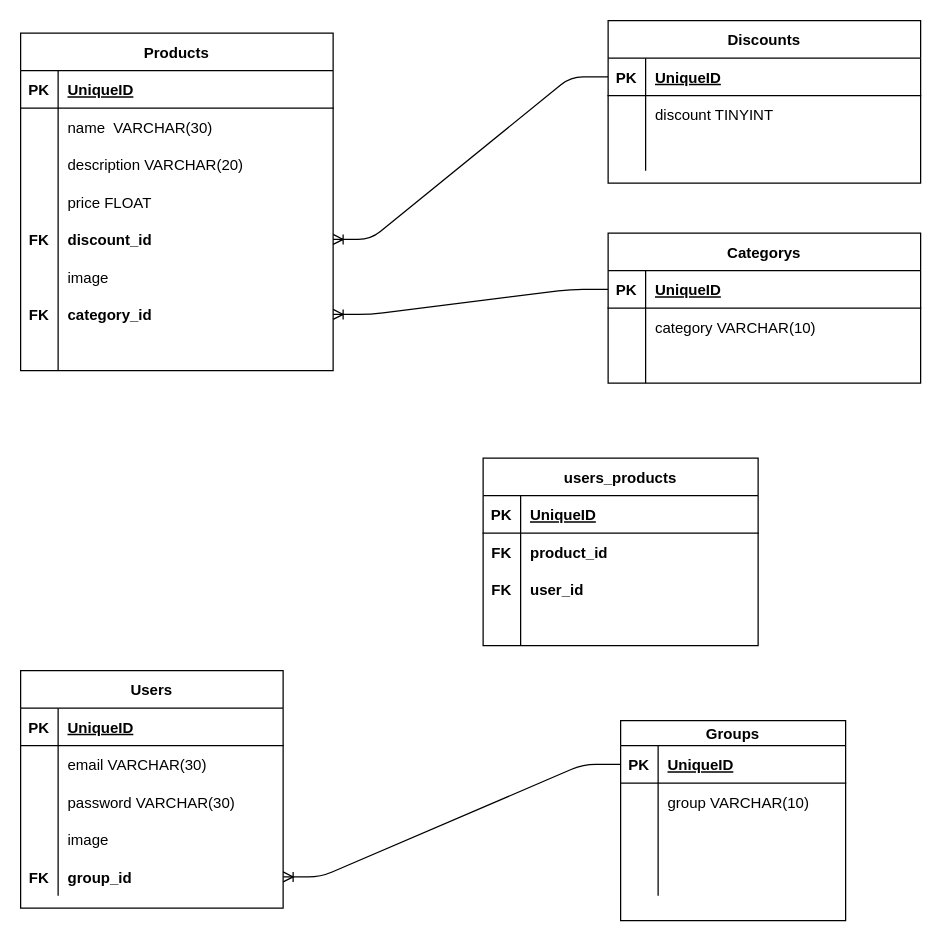
This is Diagrama_CMHMR.drawio from 0920CDFSNCN27ARED/grupo-06, a draw.io file, before an edit. Source tidied: cells renumbered, new cells numbered last; positions are measured from the earlier drawing's top-left corner, leaving out a move shared by most shapes. Both pictures are drawn from the tidied source at 125%, with x=0, y=0 at pixel (20, 20).
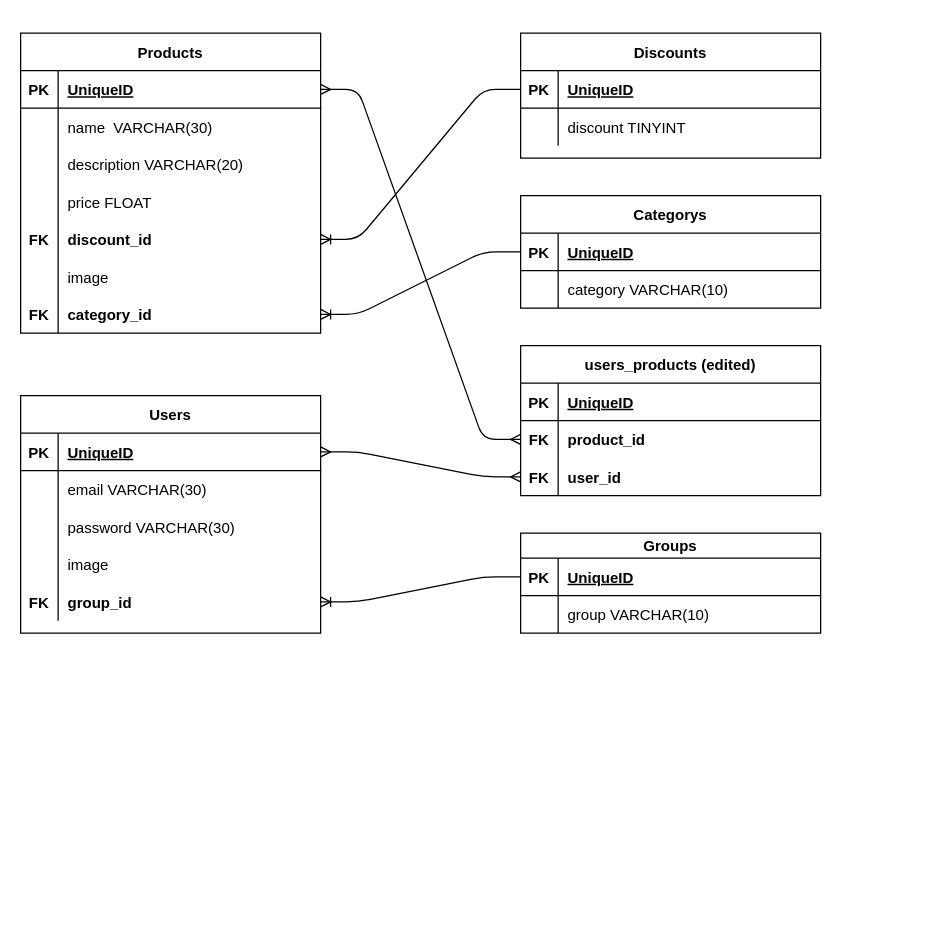
After the change.

Commit message (it also covers changes not shown here):
correción DER

Change to the diagram source:
```diff
@@
     <mxCell id="2" value="Discounts" style="shape=table;startSize=30;childLayout=tableLayout;rowLines=0;fontStyle=1;align=center;" parent="1" vertex="1">
-      <mxGeometry x="470" width="250" height="130" as="geometry" />
+      <mxGeometry x="400" y="10" width="240" height="100" as="geometry" />
     </mxCell>
     <mxCell id="3" style="shape=partialRectangle;fillColor=none;points=[[0,0.5],[1,0.5]];portConstraint=eastwest;top=0;left=0;right=0;bottom=1;" parent="2" vertex="1">
-      <mxGeometry y="30" width="250" height="30" as="geometry" />
+      <mxGeometry y="30" width="240" height="30" as="geometry" />
     </mxCell>
@@
     <mxCell id="5" value="UniqueID" style="shape=partialRectangle;overflow=hidden;fillColor=none;top=0;left=0;bottom=0;right=0;align=left;spacingLeft=6;fontStyle=5;" parent="3" vertex="1">
-      <mxGeometry x="30" width="220" height="30" as="geometry" />
+      <mxGeometry x="30" width="210" height="30" as="geometry" />
     </mxCell>
     <mxCell id="6" style="shape=partialRectangle;fillColor=none;top=0;left=0;right=0;bottom=0;" parent="2" vertex="1">
-      <mxGeometry y="60" width="250" height="30" as="geometry" />
+      <mxGeometry y="60" width="240" height="30" as="geometry" />
     </mxCell>
@@
     <mxCell id="8" value="discount TINYINT" style="shape=partialRectangle;overflow=hidden;fillColor=none;top=0;left=0;bottom=0;right=0;align=left;spacingLeft=6;" parent="6" vertex="1">
-      <mxGeometry x="30" width="220" height="30" as="geometry" />
+      <mxGeometry x="30" width="210" height="30" as="geometry" />
     </mxCell>
-    <mxCell id="9" style="shape=partialRectangle;fillColor=none;top=0;left=0;right=0;bottom=0;" parent="2" vertex="1">
-      <mxGeometry y="90" width="250" height="30" as="geometry" />
-    </mxCell>
-    <mxCell id="10" style="shape=partialRectangle;overflow=hidden;fillColor=none;top=0;left=0;bottom=0;right=0;" parent="9" vertex="1">
-      <mxGeometry width="30" height="30" as="geometry" />
-    </mxCell>
-    <mxCell id="11" style="shape=partialRectangle;overflow=hidden;fillColor=none;top=0;left=0;bottom=0;right=0;align=left;spacingLeft=6;" parent="9" vertex="1">
-      <mxGeometry x="30" width="220" height="30" as="geometry" />
-    </mxCell>
     <mxCell id="12" value="Categorys" style="shape=table;startSize=30;childLayout=tableLayout;rowLines=0;fontStyle=1;align=center;" parent="1" vertex="1">
-      <mxGeometry x="470" y="170" width="250" height="120" as="geometry" />
+      <mxGeometry x="400" y="140" width="240" height="90" as="geometry" />
     </mxCell>
     <mxCell id="13" style="shape=partialRectangle;fillColor=none;points=[[0,0.5],[1,0.5]];portConstraint=eastwest;top=0;left=0;right=0;bottom=1;" parent="12" vertex="1">
-      <mxGeometry y="30" width="250" height="30" as="geometry" />
+      <mxGeometry y="30" width="240" height="30" as="geometry" />
     </mxCell>
@@
     <mxCell id="15" value="UniqueID" style="shape=partialRectangle;overflow=hidden;fillColor=none;top=0;left=0;bottom=0;right=0;align=left;spacingLeft=6;fontStyle=5;" parent="13" vertex="1">
-      <mxGeometry x="30" width="220" height="30" as="geometry" />
+      <mxGeometry x="30" width="210" height="30" as="geometry" />
     </mxCell>
     <mxCell id="16" style="shape=partialRectangle;fillColor=none;top=0;left=0;right=0;bottom=0;" parent="12" vertex="1">
-      <mxGeometry y="60" width="250" height="30" as="geometry" />
+      <mxGeometry y="60" width="240" height="30" as="geometry" />
     </mxCell>
@@
     <mxCell id="18" value="category VARCHAR(10)" style="shape=partialRectangle;overflow=hidden;fillColor=none;top=0;left=0;bottom=0;right=0;align=left;spacingLeft=6;" parent="16" vertex="1">
-      <mxGeometry x="30" width="220" height="30" as="geometry" />
+      <mxGeometry x="30" width="210" height="30" as="geometry" />
     </mxCell>
-    <mxCell id="19" style="shape=partialRectangle;fillColor=none;top=0;left=0;right=0;bottom=0;" parent="12" vertex="1">
-      <mxGeometry y="90" width="250" height="30" as="geometry" />
-    </mxCell>
-    <mxCell id="20" style="shape=partialRectangle;overflow=hidden;fillColor=none;top=0;left=0;bottom=0;right=0;" parent="19" vertex="1">
-      <mxGeometry width="30" height="30" as="geometry" />
-    </mxCell>
-    <mxCell id="21" style="shape=partialRectangle;overflow=hidden;fillColor=none;top=0;left=0;bottom=0;right=0;align=left;spacingLeft=6;" parent="19" vertex="1">
-      <mxGeometry x="30" width="220" height="30" as="geometry" />
-    </mxCell>
     <mxCell id="22" value="Products" style="shape=table;startSize=30;childLayout=tableLayout;rowLines=0;fontStyle=1;align=center;" parent="1" vertex="1">
-      <mxGeometry y="10" width="250" height="270" as="geometry" />
+      <mxGeometry y="10" width="240" height="240" as="geometry" />
     </mxCell>
     <mxCell id="23" style="shape=partialRectangle;fillColor=none;points=[[0,0.5],[1,0.5]];portConstraint=eastwest;top=0;left=0;right=0;bottom=1;" parent="22" vertex="1">
-      <mxGeometry y="30" width="250" height="30" as="geometry" />
+      <mxGeometry y="30" width="240" height="30" as="geometry" />
     </mxCell>
@@
     <mxCell id="25" value="UniqueID" style="shape=partialRectangle;overflow=hidden;fillColor=none;top=0;left=0;bottom=0;right=0;align=left;spacingLeft=6;fontStyle=5;" parent="23" vertex="1">
-      <mxGeometry x="30" width="220" height="30" as="geometry" />
+      <mxGeometry x="30" width="210" height="30" as="geometry" />
     </mxCell>
     <mxCell id="26" style="shape=partialRectangle;fillColor=none;top=0;left=0;right=0;bottom=0;" parent="22" vertex="1">
-      <mxGeometry y="60" width="250" height="30" as="geometry" />
+      <mxGeometry y="60" width="240" height="30" as="geometry" />
     </mxCell>
@@
     <mxCell id="28" value="name  VARCHAR(30)" style="shape=partialRectangle;overflow=hidden;fillColor=none;top=0;left=0;bottom=0;right=0;align=left;spacingLeft=6;" parent="26" vertex="1">
-      <mxGeometry x="30" width="220" height="30" as="geometry" />
+      <mxGeometry x="30" width="210" height="30" as="geometry" />
     </mxCell>
     <mxCell id="29" style="shape=partialRectangle;fillColor=none;top=0;left=0;bottom=0;right=0;" parent="22" vertex="1">
-      <mxGeometry y="90" width="250" height="30" as="geometry" />
+      <mxGeometry y="90" width="240" height="30" as="geometry" />
     </mxCell>
@@
     <mxCell id="31" value="description VARCHAR(20)" style="shape=partialRectangle;fillColor=none;top=0;left=0;bottom=0;right=0;align=left;spacingLeft=6;overflow=hidden;" parent="29" vertex="1">
-      <mxGeometry x="30" width="220" height="30" as="geometry" />
+      <mxGeometry x="30" width="210" height="30" as="geometry" />
     </mxCell>
     <mxCell id="32" style="shape=partialRectangle;fillColor=none;top=0;left=0;bottom=0;right=0;" parent="22" vertex="1">
-      <mxGeometry y="120" width="250" height="30" as="geometry" />
+      <mxGeometry y="120" width="240" height="30" as="geometry" />
     </mxCell>
@@
     <mxCell id="34" value="price FLOAT" style="shape=partialRectangle;fillColor=none;top=0;left=0;bottom=0;right=0;align=left;spacingLeft=6;overflow=hidden;" parent="32" vertex="1">
-      <mxGeometry x="30" width="220" height="30" as="geometry" />
+      <mxGeometry x="30" width="210" height="30" as="geometry" />
     </mxCell>
     <mxCell id="35" style="shape=partialRectangle;fillColor=none;top=0;left=0;bottom=0;right=0;points=[[0,0.5],[1,0.5]];portConstraint=eastwest;" parent="22" vertex="1">
-      <mxGeometry y="150" width="250" height="30" as="geometry" />
+      <mxGeometry y="150" width="240" height="30" as="geometry" />
     </mxCell>
@@
     <mxCell id="37" value="discount_id" style="shape=partialRectangle;fillColor=none;top=0;left=0;bottom=0;right=0;align=left;spacingLeft=6;overflow=hidden;fontStyle=1;" parent="35" vertex="1">
-      <mxGeometry x="30" width="220" height="30" as="geometry" />
+      <mxGeometry x="30" width="210" height="30" as="geometry" />
     </mxCell>
     <mxCell id="38" style="shape=partialRectangle;fillColor=none;top=0;left=0;bottom=0;right=0;" parent="22" vertex="1">
-      <mxGeometry y="180" width="250" height="30" as="geometry" />
+      <mxGeometry y="180" width="240" height="30" as="geometry" />
     </mxCell>
@@
     <mxCell id="40" value="image" style="shape=partialRectangle;fillColor=none;top=0;left=0;bottom=0;right=0;align=left;spacingLeft=6;overflow=hidden;" parent="38" vertex="1">
-      <mxGeometry x="30" width="220" height="30" as="geometry" />
+      <mxGeometry x="30" width="210" height="30" as="geometry" />
     </mxCell>
     <mxCell id="41" style="shape=partialRectangle;fillColor=none;top=0;left=0;bottom=0;right=0;points=[[0,0.5],[1,0.5]];portConstraint=eastwest;" parent="22" vertex="1">
-      <mxGeometry y="210" width="250" height="30" as="geometry" />
+      <mxGeometry y="210" width="240" height="30" as="geometry" />
     </mxCell>
@@
     <mxCell id="43" value="category_id " style="shape=partialRectangle;fillColor=none;top=0;left=0;bottom=0;right=0;align=left;spacingLeft=6;overflow=hidden;fontStyle=1;" parent="41" vertex="1">
-      <mxGeometry x="30" width="220" height="30" as="geometry" />
+      <mxGeometry x="30" width="210" height="30" as="geometry" />
     </mxCell>
-    <mxCell id="44" style="shape=partialRectangle;fillColor=none;top=0;left=0;bottom=0;right=0;" parent="22" vertex="1">
-      <mxGeometry y="240" width="250" height="30" as="geometry" />
-    </mxCell>
-    <mxCell id="45" style="shape=partialRectangle;fillColor=none;top=0;left=0;bottom=0;right=0;overflow=hidden;fontStyle=1;" parent="44" vertex="1">
-      <mxGeometry width="30" height="30" as="geometry" />
-    </mxCell>
-    <mxCell id="46" style="shape=partialRectangle;fillColor=none;top=0;left=0;bottom=0;right=0;align=left;spacingLeft=6;overflow=hidden;fontStyle=1;" parent="44" vertex="1">
-      <mxGeometry x="30" width="220" height="30" as="geometry" />
-    </mxCell>
     <mxCell id="47" value="Users" style="shape=table;startSize=30;childLayout=tableLayout;rowLines=0;fontStyle=1;align=center;" parent="1" vertex="1">
-      <mxGeometry y="520" width="210" height="190" as="geometry" />
+      <mxGeometry y="300" width="240" height="190" as="geometry" />
     </mxCell>
     <mxCell id="48" style="shape=partialRectangle;fillColor=none;top=0;left=0;bottom=1;right=0;points=[[0,0.5],[1,0.5]];portConstraint=eastwest;" parent="47" vertex="1">
-      <mxGeometry y="30" width="210" height="30" as="geometry" />
+      <mxGeometry y="30" width="240" height="30" as="geometry" />
     </mxCell>
@@
     <mxCell id="50" value="UniqueID" style="shape=partialRectangle;fillColor=none;top=0;left=0;bottom=0;right=0;align=left;spacingLeft=6;fontStyle=5;overflow=hidden;" parent="48" vertex="1">
-      <mxGeometry x="30" width="180" height="30" as="geometry" />
+      <mxGeometry x="30" width="210" height="30" as="geometry" />
     </mxCell>
     <mxCell id="51" style="shape=partialRectangle;fillColor=none;top=0;left=0;bottom=0;right=0;" parent="47" vertex="1">
-      <mxGeometry y="60" width="210" height="30" as="geometry" />
+      <mxGeometry y="60" width="240" height="30" as="geometry" />
     </mxCell>
@@
     <mxCell id="53" value="email VARCHAR(30)" style="shape=partialRectangle;fillColor=none;top=0;left=0;bottom=0;right=0;align=left;spacingLeft=6;overflow=hidden;" parent="51" vertex="1">
-      <mxGeometry x="30" width="180" height="30" as="geometry" />
+      <mxGeometry x="30" width="210" height="30" as="geometry" />
     </mxCell>
     <mxCell id="54" style="shape=partialRectangle;fillColor=none;top=0;left=0;bottom=0;right=0;" parent="47" vertex="1">
-      <mxGeometry y="90" width="210" height="30" as="geometry" />
+      <mxGeometry y="90" width="240" height="30" as="geometry" />
     </mxCell>
@@
     <mxCell id="56" value="password VARCHAR(30)" style="shape=partialRectangle;fillColor=none;top=0;left=0;bottom=0;right=0;align=left;spacingLeft=6;overflow=hidden;" parent="54" vertex="1">
-      <mxGeometry x="30" width="180" height="30" as="geometry" />
+      <mxGeometry x="30" width="210" height="30" as="geometry" />
     </mxCell>
     <mxCell id="57" style="shape=partialRectangle;fillColor=none;top=0;left=0;bottom=0;right=0;" parent="47" vertex="1">
-      <mxGeometry y="120" width="210" height="30" as="geometry" />
+      <mxGeometry y="120" width="240" height="30" as="geometry" />
     </mxCell>
@@
     <mxCell id="59" value="image" style="shape=partialRectangle;fillColor=none;top=0;left=0;bottom=0;right=0;align=left;spacingLeft=6;overflow=hidden;" parent="57" vertex="1">
-      <mxGeometry x="30" width="180" height="30" as="geometry" />
+      <mxGeometry x="30" width="210" height="30" as="geometry" />
     </mxCell>
     <mxCell id="60" style="shape=partialRectangle;fillColor=none;top=0;left=0;bottom=0;right=0;points=[[0,0.5],[1,0.5]];portConstraint=eastwest;" parent="47" vertex="1">
-      <mxGeometry y="150" width="210" height="30" as="geometry" />
+      <mxGeometry y="150" width="240" height="30" as="geometry" />
     </mxCell>
@@
     <mxCell id="62" value="group_id" style="shape=partialRectangle;fillColor=none;top=0;left=0;bottom=0;right=0;align=left;spacingLeft=6;overflow=hidden;fontStyle=1;" parent="60" vertex="1">
-      <mxGeometry x="30" width="180" height="30" as="geometry" />
+      <mxGeometry x="30" width="210" height="30" as="geometry" />
     </mxCell>
     <mxCell id="63" value="Groups" style="shape=table;startSize=20;childLayout=tableLayout;rowLines=0;fontStyle=1;align=center;" parent="1" vertex="1">
-      <mxGeometry x="480" y="560" width="180" height="160" as="geometry" />
+      <mxGeometry x="400" y="410" width="240" height="80" as="geometry" />
     </mxCell>
     <mxCell id="64" style="shape=partialRectangle;fillColor=none;top=0;left=0;bottom=1;right=0;points=[[0,0.5],[1,0.5]];portConstraint=eastwest;" parent="63" vertex="1">
-      <mxGeometry y="20" width="180" height="30" as="geometry" />
+      <mxGeometry y="20" width="240" height="30" as="geometry" />
     </mxCell>
@@
     <mxCell id="66" value="UniqueID" style="shape=partialRectangle;fillColor=none;top=0;left=0;bottom=0;right=0;align=left;spacingLeft=6;fontStyle=5;overflow=hidden;" parent="64" vertex="1">
-      <mxGeometry x="30" width="150" height="30" as="geometry" />
+      <mxGeometry x="30" width="210" height="30" as="geometry" />
     </mxCell>
     <mxCell id="67" style="shape=partialRectangle;fillColor=none;top=0;left=0;bottom=0;right=0;" parent="63" vertex="1">
-      <mxGeometry y="50" width="180" height="30" as="geometry" />
+      <mxGeometry y="50" width="240" height="30" as="geometry" />
     </mxCell>
@@
     <mxCell id="69" value="group VARCHAR(10)" style="shape=partialRectangle;fillColor=none;top=0;left=0;bottom=0;right=0;align=left;spacingLeft=6;overflow=hidden;" parent="67" vertex="1">
-      <mxGeometry x="30" width="150" height="30" as="geometry" />
+      <mxGeometry x="30" width="210" height="30" as="geometry" />
     </mxCell>
-    <mxCell id="70" style="shape=partialRectangle;fillColor=none;top=0;left=0;bottom=0;right=0;" parent="63" vertex="1">
-      <mxGeometry y="80" width="180" height="30" as="geometry" />
-    </mxCell>
-    <mxCell id="71" style="shape=partialRectangle;fillColor=none;top=0;left=0;bottom=0;right=0;overflow=hidden;" parent="70" vertex="1">
-      <mxGeometry width="30" height="30" as="geometry" />
-    </mxCell>
-    <mxCell id="72" style="shape=partialRectangle;fillColor=none;top=0;left=0;bottom=0;right=0;align=left;spacingLeft=6;overflow=hidden;" parent="70" vertex="1">
-      <mxGeometry x="30" width="150" height="30" as="geometry" />
-    </mxCell>
-    <mxCell id="73" style="shape=partialRectangle;fillColor=none;top=0;left=0;bottom=0;right=0;" parent="63" vertex="1">
-      <mxGeometry y="110" width="180" height="30" as="geometry" />
-    </mxCell>
-    <mxCell id="74" style="shape=partialRectangle;fillColor=none;top=0;left=0;bottom=0;right=0;overflow=hidden;" parent="73" vertex="1">
-      <mxGeometry width="30" height="30" as="geometry" />
-    </mxCell>
-    <mxCell id="75" style="shape=partialRectangle;fillColor=none;top=0;left=0;bottom=0;right=0;align=left;spacingLeft=6;overflow=hidden;" parent="73" vertex="1">
-      <mxGeometry x="30" width="150" height="30" as="geometry" />
-    </mxCell>
-    <mxCell id="76" value="users_products" style="shape=table;startSize=30;childLayout=tableLayout;rowLines=0;fontStyle=1;align=center;" parent="1" vertex="1">
-      <mxGeometry x="370" y="350" width="220" height="150" as="geometry" />
+    <mxCell id="76" value="users_products (edited)" style="shape=table;startSize=30;childLayout=tableLayout;rowLines=0;fontStyle=1;align=center;" parent="1" vertex="1">
+      <mxGeometry x="400" y="260" width="240" height="120" as="geometry" />
     </mxCell>
     <mxCell id="77" style="shape=partialRectangle;fillColor=none;top=0;left=0;bottom=1;right=0;" parent="76" vertex="1">
-      <mxGeometry y="30" width="220" height="30" as="geometry" />
+      <mxGeometry y="30" width="240" height="30" as="geometry" />
     </mxCell>
@@
     <mxCell id="79" value="UniqueID" style="shape=partialRectangle;fillColor=none;top=0;left=0;bottom=0;right=0;align=left;spacingLeft=6;fontStyle=5;overflow=hidden;" parent="77" vertex="1">
-      <mxGeometry x="30" width="190" height="30" as="geometry" />
+      <mxGeometry x="30" width="210" height="30" as="geometry" />
     </mxCell>
     <mxCell id="80" style="shape=partialRectangle;fillColor=none;top=0;left=0;bottom=0;right=0;points=[[0,0.5],[1,0.5]];portConstraint=eastwest;" parent="76" vertex="1">
-      <mxGeometry y="60" width="220" height="30" as="geometry" />
+      <mxGeometry y="60" width="240" height="30" as="geometry" />
     </mxCell>
@@
     <mxCell id="82" value="product_id" style="shape=partialRectangle;fillColor=none;top=0;left=0;bottom=0;right=0;align=left;spacingLeft=6;overflow=hidden;fontStyle=1;" parent="80" vertex="1">
-      <mxGeometry x="30" width="190" height="30" as="geometry" />
+      <mxGeometry x="30" width="210" height="30" as="geometry" />
     </mxCell>
     <mxCell id="83" style="shape=partialRectangle;fillColor=none;top=0;left=0;bottom=0;right=0;points=[[0,0.5],[1,0.5]];portConstraint=eastwest;" parent="76" vertex="1">
-      <mxGeometry y="90" width="220" height="30" as="geometry" />
+      <mxGeometry y="90" width="240" height="30" as="geometry" />
     </mxCell>
@@
     <mxCell id="85" value="user_id" style="shape=partialRectangle;fillColor=none;top=0;left=0;bottom=0;right=0;align=left;spacingLeft=6;overflow=hidden;fontStyle=1;" parent="83" vertex="1">
-      <mxGeometry x="30" width="190" height="30" as="geometry" />
+      <mxGeometry x="30" width="210" height="30" as="geometry" />
     </mxCell>
-    <mxCell id="86" style="shape=partialRectangle;fillColor=none;top=0;left=0;bottom=0;right=0;" parent="76" vertex="1">
-      <mxGeometry y="120" width="220" height="30" as="geometry" />
-    </mxCell>
-    <mxCell id="87" style="shape=partialRectangle;fillColor=none;top=0;left=0;bottom=0;right=0;overflow=hidden;" parent="86" vertex="1">
-      <mxGeometry width="30" height="30" as="geometry" />
-    </mxCell>
-    <mxCell id="88" style="shape=partialRectangle;fillColor=none;top=0;left=0;bottom=0;right=0;align=left;spacingLeft=6;overflow=hidden;" parent="86" vertex="1">
-      <mxGeometry x="30" width="190" height="30" as="geometry" />
-    </mxCell>
@@
+    <mxCell id="92" style="edgeStyle=entityRelationEdgeStyle;fontSize=12;html=1;endArrow=ERmany;startArrow=ERmany;exitX=1;exitY=0.5;exitDx=0;exitDy=0;entryX=0;entryY=0.5;entryDx=0;entryDy=0;" parent="1" edge="1" source="23" target="80">
+      <mxGeometry relative="1" as="geometry" />
+    </mxCell>
+    <mxCell id="93" style="edgeStyle=entityRelationEdgeStyle;fontSize=12;html=1;endArrow=ERmany;startArrow=ERmany;entryX=0;entryY=0.5;entryDx=0;entryDy=0;exitX=1;exitY=0.5;exitDx=0;exitDy=0;" parent="1" edge="1" source="48" target="83">
+      <mxGeometry relative="1" as="geometry" />
+    </mxCell>
```
